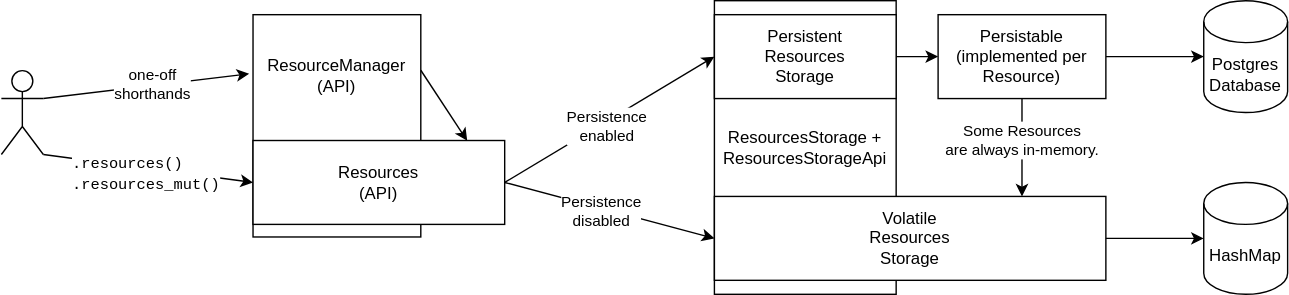
Earlier version of the draw.io export doc/src/architecture/carl/img/resources-manager.svg (eclipse-opendut/opendut). Source tidied: cells renumbered, new cells last; positions are measured from the earlier drawing's top-left corner, leaving out a move shared by most shapes. Source of this version:
```xml
<mxGraphModel>
  <root>
    <mxCell id="0" />
    <mxCell id="1" parent="0" />
    <mxCell id="2" value="ResourcesManager&lt;br&gt;(API)&lt;br&gt;&lt;br&gt;&lt;br&gt;&lt;br&gt;&lt;br&gt;&lt;br&gt;" style="rounded=0;whiteSpace=wrap;html=1;" parent="1" vertex="1">
      <mxGeometry x="180" y="10" width="120" height="159" as="geometry" />
    </mxCell>
    <mxCell id="3" style="shape=umlActor;verticalLabelPosition=bottom;verticalAlign=top;html=1;outlineConnect=0;" parent="1" vertex="1">
      <mxGeometry y="50" width="30" height="60" as="geometry" />
    </mxCell>
    <mxCell id="4" style="endArrow=classic;html=1;rounded=0;exitX=1;exitY=0.3333333333333333;exitDx=0;exitDy=0;exitPerimeter=0;entryX=-0.023;entryY=0.266;entryDx=0;entryDy=0;entryPerimeter=0;" parent="1" edge="1" source="3" target="2">
      <mxGeometry relative="1" as="geometry" />
    </mxCell>
    <mxCell id="5" value="one-off&lt;br&gt;shorthands" style="edgeLabel;html=1;align=center;verticalAlign=middle;" parent="4" vertex="1">
      <mxGeometry x="-0.25" relative="1" as="geometry">
        <mxPoint x="22" y="-3" as="offset" />
      </mxGeometry>
    </mxCell>
    <mxCell id="6" value="Resources&lt;br&gt;(API)" style="rounded=0;whiteSpace=wrap;html=1;" parent="1" vertex="1">
      <mxGeometry x="180" y="100" width="180" height="60" as="geometry" />
    </mxCell>
    <mxCell id="7" style="endArrow=classic;html=1;rounded=0;entryX=0;entryY=0.5;entryDx=0;entryDy=0;exitX=1;exitY=1;exitDx=0;exitDy=0;exitPerimeter=0;" parent="1" edge="1" source="3" target="6">
      <mxGeometry relative="1" as="geometry" />
    </mxCell>
    <mxCell id="8" value="&lt;font face=&quot;Courier New&quot;&gt;.resources()&lt;br&gt;.resources_mut()&lt;/font&gt;" style="edgeLabel;html=1;align=left;verticalAlign=middle;" parent="7" vertex="1">
      <mxGeometry x="-0.1" y="-1" relative="1" as="geometry">
        <mxPoint x="-48" y="4" as="offset" />
      </mxGeometry>
    </mxCell>
    <mxCell id="9" style="endArrow=classic;html=1;rounded=0;exitX=1;exitY=0.5;exitDx=0;exitDy=0;entryX=0;entryY=0.5;entryDx=0;entryDy=0;entryPerimeter=0;" parent="1" edge="1" source="18" target="23">
      <mxGeometry relative="1" as="geometry" />
    </mxCell>
    <mxCell id="10" value="ResourcesStorage +&lt;br&gt;ResourcesStorageApi" style="rounded=0;whiteSpace=wrap;html=1;" parent="1" vertex="1">
      <mxGeometry x="510" width="130" height="210" as="geometry" />
    </mxCell>
    <mxCell id="11" value="Volatile&lt;br&gt;Resources&lt;br&gt;Storage" style="rounded=0;whiteSpace=wrap;html=1;" parent="1" vertex="1">
      <mxGeometry x="510" y="140" width="280" height="60" as="geometry" />
    </mxCell>
    <mxCell id="12" value="Persistent&lt;br&gt;Resources&lt;br&gt;Storage" style="rounded=0;whiteSpace=wrap;html=1;" parent="1" vertex="1">
      <mxGeometry x="510" y="10" width="130" height="60" as="geometry" />
    </mxCell>
    <mxCell id="13" style="endArrow=classic;html=1;rounded=0;exitX=1;exitY=0.5;exitDx=0;exitDy=0;entryX=0;entryY=0.5;entryDx=0;entryDy=0;" parent="1" edge="1" source="6" target="12">
      <mxGeometry relative="1" as="geometry" />
    </mxCell>
    <mxCell id="14" value="Persistence&lt;br&gt;enabled" style="edgeLabel;html=1;align=center;verticalAlign=middle;" parent="13" vertex="1">
      <mxGeometry x="-0.05" y="-3" relative="1" as="geometry" />
    </mxCell>
    <mxCell id="15" style="endArrow=classic;html=1;rounded=0;exitX=1;exitY=0.5;exitDx=0;exitDy=0;entryX=0;entryY=0.5;entryDx=0;entryDy=0;" parent="1" edge="1" source="6" target="11">
      <mxGeometry relative="1" as="geometry" />
    </mxCell>
    <mxCell id="16" value="Persistence&lt;br&gt;disabled" style="edgeLabel;html=1;align=center;verticalAlign=middle;" parent="15" vertex="1">
      <mxGeometry x="0.07" relative="1" as="geometry">
        <mxPoint x="-11" as="offset" />
      </mxGeometry>
    </mxCell>
    <mxCell id="17" style="endArrow=classic;html=1;rounded=0;exitX=1;exitY=0.5;exitDx=0;exitDy=0;entryX=0;entryY=0.5;entryDx=0;entryDy=0;entryPerimeter=0;" parent="1" edge="1" source="11" target="24">
      <mxGeometry relative="1" as="geometry" />
    </mxCell>
    <mxCell id="18" value="Persistable&lt;br&gt;(implemented per Resource)" style="rounded=0;whiteSpace=wrap;html=1;" parent="1" vertex="1">
      <mxGeometry x="670" y="10" width="120" height="60" as="geometry" />
    </mxCell>
    <mxCell id="19" style="endArrow=classic;html=1;rounded=0;exitX=1;exitY=0.5;exitDx=0;exitDy=0;entryX=0;entryY=0.5;entryDx=0;entryDy=0;" parent="1" edge="1" source="12" target="18">
      <mxGeometry relative="1" as="geometry" />
    </mxCell>
    <mxCell id="20" style="endArrow=classic;html=1;rounded=0;exitX=0.5;exitY=1;exitDx=0;exitDy=0;" parent="1" edge="1" source="18">
      <mxGeometry relative="1" as="geometry">
        <mxPoint x="730" y="140" as="targetPoint" />
      </mxGeometry>
    </mxCell>
    <mxCell id="21" value="Some Resources&lt;br&gt;are always in-memory." style="edgeLabel;html=1;align=center;verticalAlign=middle;" parent="20" vertex="1">
      <mxGeometry x="-0.46" relative="1" as="geometry">
        <mxPoint y="11" as="offset" />
      </mxGeometry>
    </mxCell>
    <mxCell id="22" style="endArrow=classic;html=1;rounded=0;exitX=1;exitY=0.25;exitDx=0;exitDy=0;entryX=0.851;entryY=0.003;entryDx=0;entryDy=0;entryPerimeter=0;" parent="1" edge="1" source="2" target="6">
      <mxGeometry relative="1" as="geometry" />
    </mxCell>
    <mxCell id="23" value="Postgres&lt;br&gt;Database" style="shape=cylinder3;whiteSpace=wrap;html=1;boundedLbl=1;backgroundOutline=1;size=15;" parent="1" vertex="1">
      <mxGeometry x="860" width="60" height="80" as="geometry" />
    </mxCell>
    <mxCell id="24" value="HashMap" style="shape=cylinder3;whiteSpace=wrap;html=1;boundedLbl=1;backgroundOutline=1;size=15;" parent="1" vertex="1">
      <mxGeometry x="860" y="130" width="60" height="80" as="geometry" />
    </mxCell>
  </root>
</mxGraphModel>
```
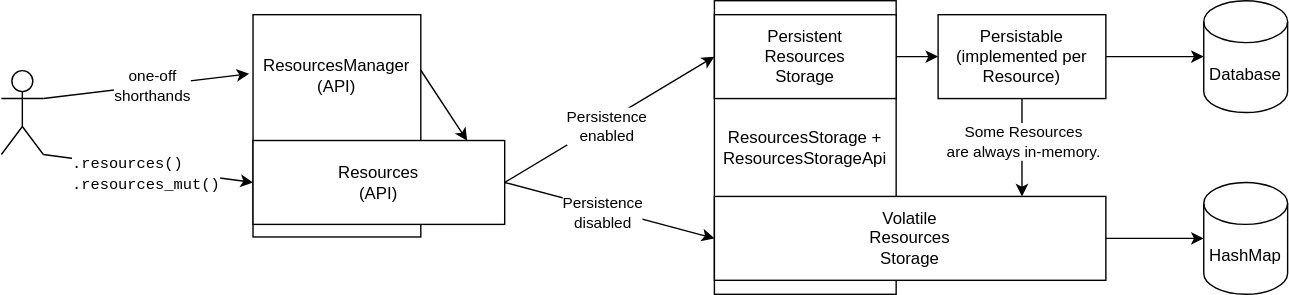
After the commit.

Commit message:
Doc -> Remove 'Postgres' from ResourceManager architecture overview.

Change to the diagram source:
```diff
@@ -75,7 +75,7 @@
     <mxCell id="22" style="endArrow=classic;html=1;rounded=0;exitX=1;exitY=0.25;exitDx=0;exitDy=0;entryX=0.851;entryY=0.003;entryDx=0;entryDy=0;entryPerimeter=0;" parent="1" edge="1" source="2" target="6">
       <mxGeometry relative="1" as="geometry" />
     </mxCell>
-    <mxCell id="23" value="Postgres&lt;br&gt;Database" style="shape=cylinder3;whiteSpace=wrap;html=1;boundedLbl=1;backgroundOutline=1;size=15;" parent="1" vertex="1">
+    <mxCell id="23" value="Database" style="shape=cylinder3;whiteSpace=wrap;html=1;boundedLbl=1;backgroundOutline=1;size=15;" parent="1" vertex="1">
       <mxGeometry x="860" width="60" height="80" as="geometry" />
     </mxCell>
     <mxCell id="24" value="HashMap" style="shape=cylinder3;whiteSpace=wrap;html=1;boundedLbl=1;backgroundOutline=1;size=15;" parent="1" vertex="1">
```
